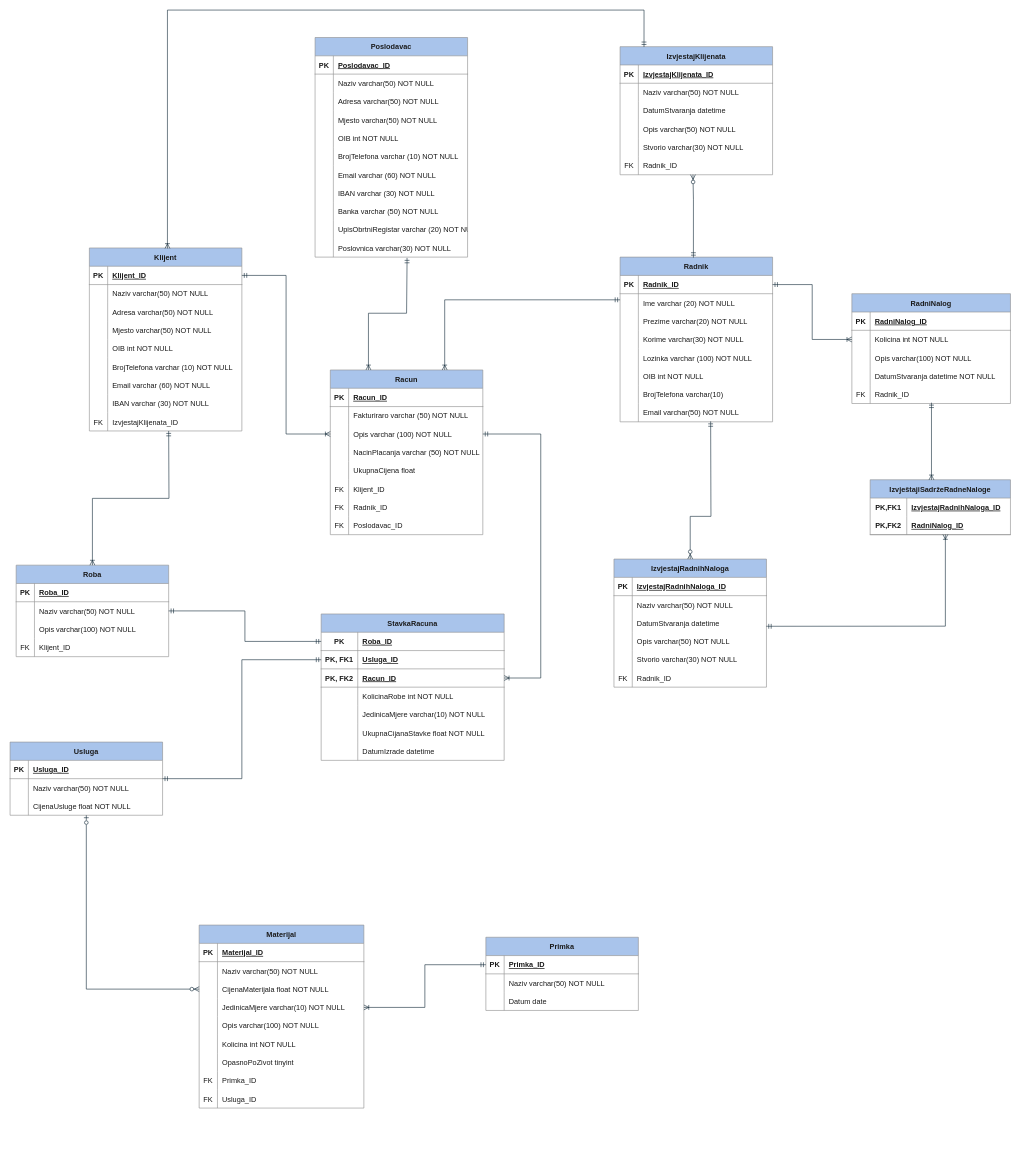
Above: Documentation/Slike/ERA Model/ZMG_Desktop_ERA_Model.drawio in foivz/rpp22-sbicak20-sarbutina20-pbuzic20-zbelina20 (draw.io), before the change. Source tidied: cells renumbered, new cells numbered last; positions are measured from the earlier drawing's top-left corner, leaving out a move shared by most shapes. Both pictures are drawn from the tidied source at 61%, with x=0, y=0 at pixel (10, 10).
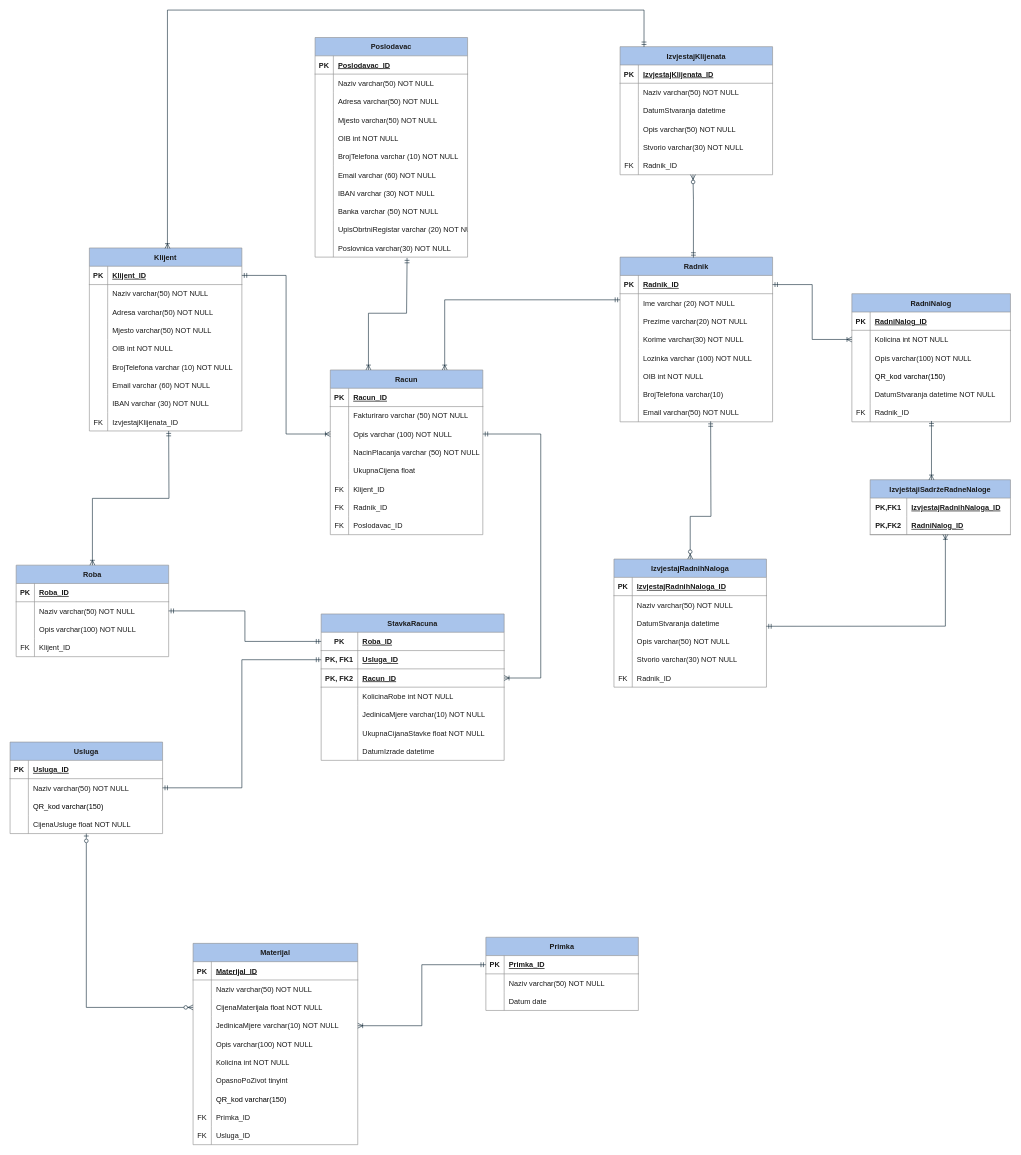
The same page after the edit.

The edit, as a diff of the source:
```diff
@@
     <mxCell id="21" value="RadniNalog" style="shape=table;startSize=30;childLayout=tableLayout;rowLines=0;fontStyle=1;align=center;rounded=0;fillColor=#A9C4EB;strokeColor=#909090;fontColor=#1A1A1A;" parent="1" vertex="1">
-      <mxGeometry x="1380" y="465" width="260" height="180" as="geometry" />
+      <mxGeometry x="1380" y="465" width="260" height="210" as="geometry" />
     </mxCell>
@@
+    <mxCell id="273" style="shape=tableRow;horizontal=0;startSize=0;swimlaneHead=0;swimlaneBody=0;fillColor=none;top=0;left=0;right=0;bottom=0;" parent="21" vertex="1">
+      <mxGeometry y="120" width="260" height="30" as="geometry" />
+    </mxCell>
+    <mxCell id="274" style="shape=partialRectangle;fillColor=none;top=0;left=0;bottom=0;right=0;overflow=hidden;" parent="273" vertex="1">
+      <mxGeometry width="30" height="30" as="geometry" />
+    </mxCell>
+    <mxCell id="275" value="QR_kod varchar(150)" style="shape=partialRectangle;fillColor=none;top=0;left=0;bottom=0;right=0;align=left;spacingLeft=6;overflow=hidden;" parent="273" vertex="1">
+      <mxGeometry x="30" width="230" height="30" as="geometry" />
+    </mxCell>
     <mxCell id="31" style="shape=tableRow;horizontal=0;startSize=0;swimlaneHead=0;swimlaneBody=0;fillColor=none;top=0;left=0;right=0;bottom=0;rounded=0;strokeColor=#909090;fontColor=#1A1A1A;" parent="21" vertex="1">
-      <mxGeometry y="120" width="260" height="30" as="geometry" />
+      <mxGeometry y="150" width="260" height="30" as="geometry" />
     </mxCell>
@@
     <mxCell id="34" style="shape=tableRow;horizontal=0;startSize=0;swimlaneHead=0;swimlaneBody=0;fillColor=none;points=[[0,0.5],[1,0.5]];portConstraint=eastwest;top=0;left=0;right=0;bottom=0;rounded=0;strokeColor=#909090;fontColor=#1A1A1A;" parent="21" vertex="1">
-      <mxGeometry y="150" width="260" height="30" as="geometry" />
+      <mxGeometry y="180" width="260" height="30" as="geometry" />
     </mxCell>
@@
     <mxCell id="50" value="Materijal" style="shape=table;startSize=30;childLayout=tableLayout;rowLines=0;fontStyle=1;align=center;rounded=0;fillColor=#A9C4EB;strokeColor=#909090;fontColor=#1A1A1A;" parent="1" vertex="1">
-      <mxGeometry x="310" y="1500" width="270" height="300" as="geometry" />
+      <mxGeometry x="300" y="1530" width="270" height="330" as="geometry" />
     </mxCell>
@@
+    <mxCell id="276" style="shape=tableRow;horizontal=0;startSize=0;swimlaneHead=0;swimlaneBody=0;fillColor=none;top=0;left=0;right=0;bottom=0;" parent="50" vertex="1">
+      <mxGeometry y="240" width="270" height="30" as="geometry" />
+    </mxCell>
+    <mxCell id="277" style="shape=partialRectangle;fillColor=none;top=0;left=0;bottom=0;right=0;overflow=hidden;" parent="276" vertex="1">
+      <mxGeometry width="30" height="30" as="geometry" />
+    </mxCell>
+    <mxCell id="278" value="QR_kod varchar(150)" style="shape=partialRectangle;fillColor=none;top=0;left=0;bottom=0;right=0;align=left;spacingLeft=6;overflow=hidden;" parent="276" vertex="1">
+      <mxGeometry x="30" width="240" height="30" as="geometry" />
+    </mxCell>
     <mxCell id="72" style="shape=tableRow;horizontal=0;startSize=0;swimlaneHead=0;swimlaneBody=0;fillColor=none;top=0;left=0;right=0;bottom=0;rounded=0;strokeColor=#909090;fontColor=#1A1A1A;" parent="50" vertex="1">
-      <mxGeometry y="240" width="270" height="30" as="geometry" />
+      <mxGeometry y="270" width="270" height="30" as="geometry" />
     </mxCell>
@@
     <mxCell id="75" style="shape=tableRow;horizontal=0;startSize=0;swimlaneHead=0;swimlaneBody=0;fillColor=none;top=0;left=0;right=0;bottom=0;rounded=0;strokeColor=#909090;fontColor=#1A1A1A;" parent="50" vertex="1">
-      <mxGeometry y="270" width="270" height="30" as="geometry" />
+      <mxGeometry y="300" width="270" height="30" as="geometry" />
     </mxCell>
@@
     <mxCell id="138" value="Usluga" style="shape=table;startSize=30;childLayout=tableLayout;rowLines=0;fontStyle=1;align=center;rounded=0;fillColor=#A9C4EB;strokeColor=#909090;fontColor=#1A1A1A;" parent="1" vertex="1">
-      <mxGeometry y="1200" width="250" height="120" as="geometry" />
+      <mxGeometry y="1200" width="250" height="150" as="geometry" />
     </mxCell>
@@
+    <mxCell id="279" style="shape=tableRow;horizontal=0;startSize=0;swimlaneHead=0;swimlaneBody=0;fillColor=none;top=0;left=0;right=0;bottom=0;" parent="138" vertex="1">
+      <mxGeometry y="90" width="250" height="30" as="geometry" />
+    </mxCell>
+    <mxCell id="280" style="shape=partialRectangle;fillColor=none;top=0;left=0;bottom=0;right=0;overflow=hidden;" parent="279" vertex="1">
+      <mxGeometry width="30" height="30" as="geometry" />
+    </mxCell>
+    <mxCell id="281" value="QR_kod varchar(150)" style="shape=partialRectangle;fillColor=none;top=0;left=0;bottom=0;right=0;align=left;spacingLeft=6;overflow=hidden;" parent="279" vertex="1">
+      <mxGeometry x="30" width="220" height="30" as="geometry" />
+    </mxCell>
     <mxCell id="145" style="shape=tableRow;horizontal=0;startSize=0;swimlaneHead=0;swimlaneBody=0;fillColor=none;top=0;left=0;right=0;bottom=0;rounded=0;strokeColor=#909090;fontColor=#1A1A1A;" parent="138" vertex="1">
-      <mxGeometry y="90" width="250" height="30" as="geometry" />
+      <mxGeometry y="120" width="250" height="30" as="geometry" />
     </mxCell>
```
